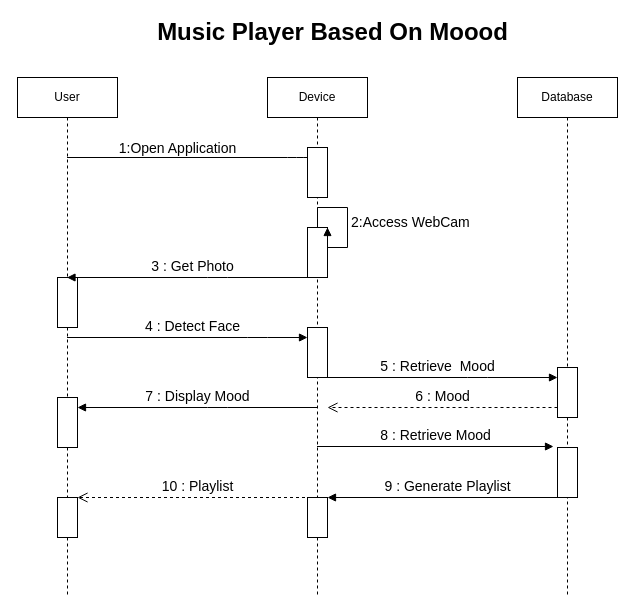
Before: Diagrams/Sequence Dig.drawio in atharvagangrade10/Draw.io, a draw.io diagram. Source tidied: cells renumbered, new cells numbered last; positions are measured from the earlier drawing's top-left corner, leaving out a move shared by most shapes. Both pictures are drawn from the tidied source at 100%, with x=0, y=0 at pixel (17, 17).
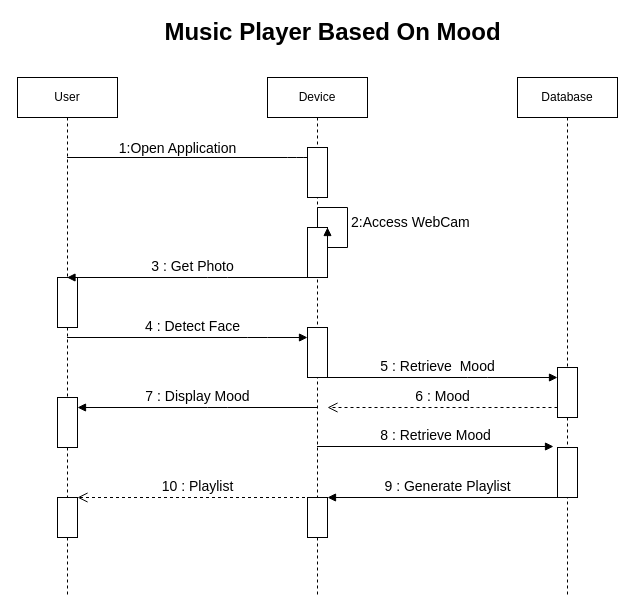
Above is the later version.

What changed in the source:
```diff
@@
-    <mxCell id="25" value="Music Player Based On Moood" style="text;strokeColor=none;fillColor=none;html=1;fontSize=24;fontStyle=1;verticalAlign=middle;align=center;" parent="1" vertex="1">
+    <mxCell id="25" value="Music Player Based On Mood" style="text;strokeColor=none;fillColor=none;html=1;fontSize=24;fontStyle=1;verticalAlign=middle;align=center;" parent="1" vertex="1">
       <mxGeometry x="110" width="410" height="30" as="geometry" />
     </mxCell>
```
